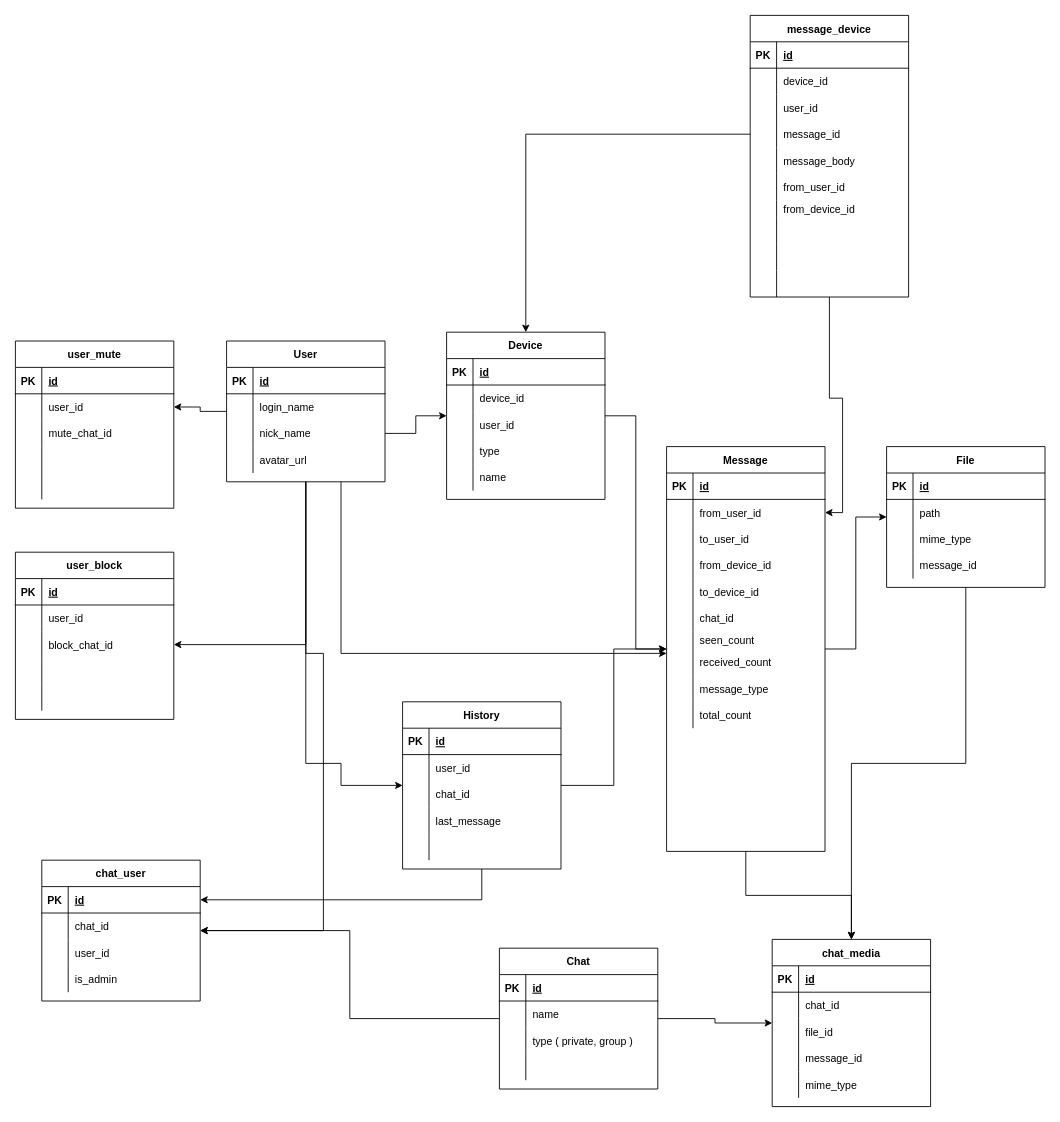
cloverstudio/Spika3 keeps this draw.io diagram as documents/database.drawio. Above is the earlier version. Source tidied: cells renumbered, new cells numbered last; positions are measured from the earlier drawing's top-left corner, leaving out a move shared by most shapes. Both pictures are drawn from the tidied source at 88%, with x=0, y=0 at pixel (15, 15).
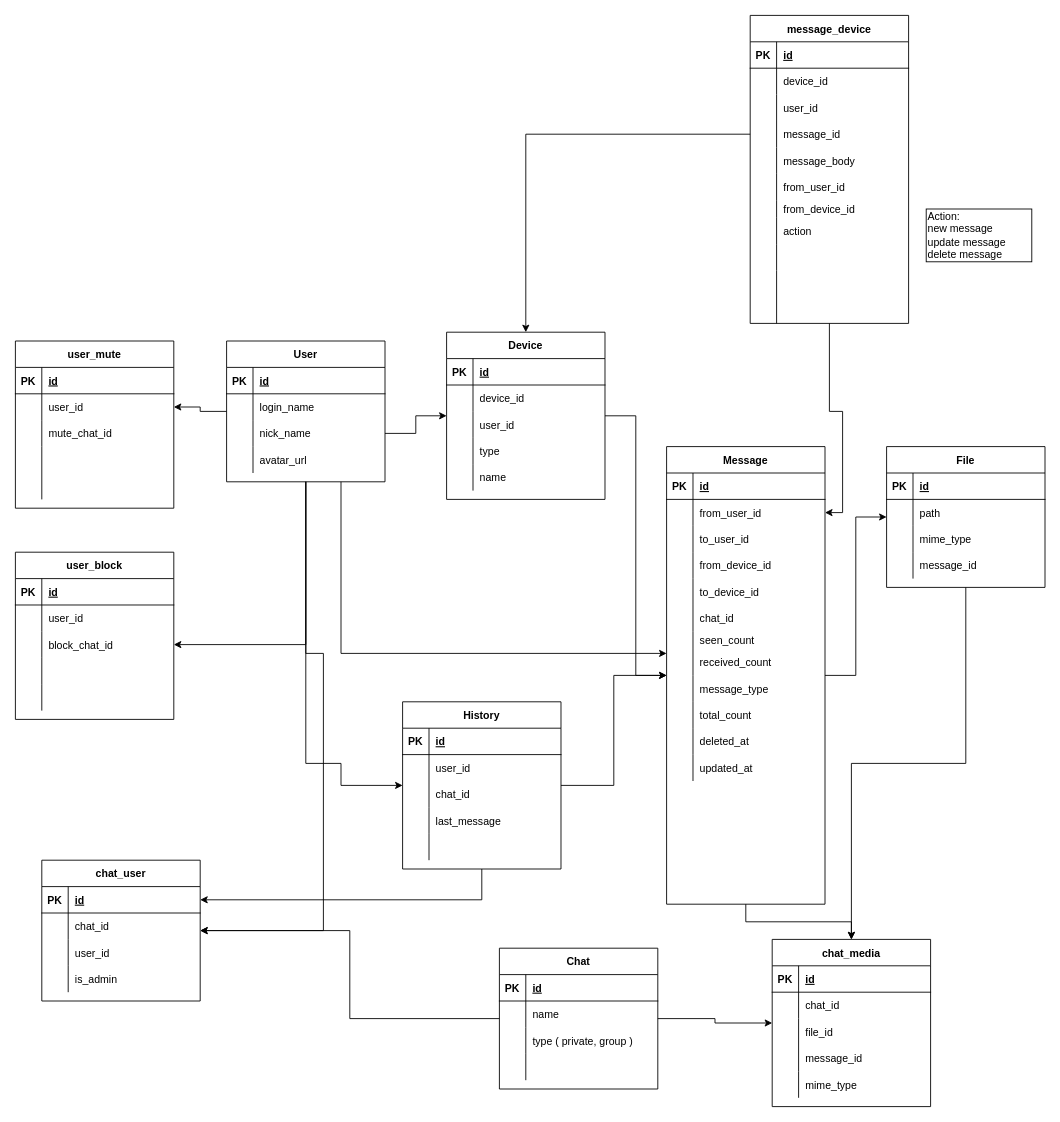
The same page after the edit.

Commit message:
add dleete / update message

The edit, as a diff of the source:
```diff
@@
     <mxCell id="39" value="Message" style="shape=table;startSize=30;childLayout=tableLayout;rowLines=0;fontStyle=1;align=center;" parent="1" vertex="1">
-      <mxGeometry x="740" y="490" width="180" height="460" as="geometry" />
+      <mxGeometry x="740" y="490" width="180" height="520" as="geometry" />
     </mxCell>
@@
+    <mxCell id="212" style="shape=partialRectangle;fillColor=none;top=0;left=0;bottom=0;right=0;" parent="39" vertex="1">
+      <mxGeometry y="290" width="180" height="30" as="geometry" />
+    </mxCell>
+    <mxCell id="213" style="shape=partialRectangle;fillColor=none;top=0;left=0;bottom=0;right=0;overflow=hidden;" parent="212" vertex="1">
+      <mxGeometry width="30" height="30" as="geometry" />
+    </mxCell>
+    <mxCell id="214" value="total_count" style="shape=partialRectangle;fillColor=none;top=0;left=0;bottom=0;right=0;align=left;spacingLeft=6;overflow=hidden;" parent="212" vertex="1">
+      <mxGeometry x="30" width="150" height="30" as="geometry" />
+    </mxCell>
+    <mxCell id="215" style="shape=partialRectangle;fillColor=none;top=0;left=0;bottom=0;right=0;" parent="39" vertex="1">
+      <mxGeometry y="320" width="180" height="30" as="geometry" />
+    </mxCell>
+    <mxCell id="216" style="shape=partialRectangle;fillColor=none;top=0;left=0;bottom=0;right=0;overflow=hidden;" parent="215" vertex="1">
+      <mxGeometry width="30" height="30" as="geometry" />
+    </mxCell>
+    <mxCell id="217" value="deleted_at" style="shape=partialRectangle;fillColor=none;top=0;left=0;bottom=0;right=0;align=left;spacingLeft=6;overflow=hidden;" parent="215" vertex="1">
+      <mxGeometry x="30" width="150" height="30" as="geometry" />
+    </mxCell>
     <mxCell id="67" style="shape=partialRectangle;fillColor=none;top=0;left=0;bottom=0;right=0;" parent="39" vertex="1">
-      <mxGeometry y="290" width="180" height="30" as="geometry" />
+      <mxGeometry y="350" width="180" height="30" as="geometry" />
     </mxCell>
@@
-    <mxCell id="69" value="total_count" style="shape=partialRectangle;fillColor=none;top=0;left=0;bottom=0;right=0;align=left;spacingLeft=6;overflow=hidden;" parent="67" vertex="1">
+    <mxCell id="69" value="updated_at" style="shape=partialRectangle;fillColor=none;top=0;left=0;bottom=0;right=0;align=left;spacingLeft=6;overflow=hidden;" parent="67" vertex="1">
       <mxGeometry x="30" width="150" height="30" as="geometry" />
     </mxCell>
@@
-    <mxCell id="180" value="message_device" style="shape=table;startSize=30;childLayout=tableLayout;rowLines=0;fontStyle=1;align=center;" parent="1" vertex="1">
-      <mxGeometry x="835" width="180" height="320" as="geometry" />
+    <mxCell id="180" value="message_device" style="shape=table;startSize=30;childLayout=tableLayout;rowLines=0;fontStyle=1;align=center;shadow=0;" parent="1" vertex="1">
+      <mxGeometry x="835" width="180" height="350" as="geometry" />
     </mxCell>
@@
+    <mxCell id="218" style="shape=partialRectangle;fillColor=none;top=0;left=0;bottom=0;right=0;" parent="180" vertex="1">
+      <mxGeometry y="230" width="180" height="30" as="geometry" />
+    </mxCell>
+    <mxCell id="219" style="shape=partialRectangle;fillColor=none;top=0;left=0;bottom=0;right=0;overflow=hidden;" parent="218" vertex="1">
+      <mxGeometry width="30" height="30" as="geometry" />
+    </mxCell>
+    <mxCell id="220" value="action" style="shape=partialRectangle;fillColor=none;top=0;left=0;bottom=0;right=0;align=left;spacingLeft=6;overflow=hidden;" parent="218" vertex="1">
+      <mxGeometry x="30" width="150" height="30" as="geometry" />
+    </mxCell>
     <mxCell id="202" style="shape=partialRectangle;fillColor=none;top=0;left=0;bottom=0;right=0;" parent="180" vertex="1">
-      <mxGeometry y="230" width="180" height="30" as="geometry" />
+      <mxGeometry y="260" width="180" height="30" as="geometry" />
     </mxCell>
@@
     <mxCell id="205" style="shape=partialRectangle;fillColor=none;top=0;left=0;bottom=0;right=0;" parent="180" vertex="1">
-      <mxGeometry y="260" width="180" height="30" as="geometry" />
+      <mxGeometry y="290" width="180" height="30" as="geometry" />
     </mxCell>
@@
     <mxCell id="208" style="shape=partialRectangle;fillColor=none;top=0;left=0;bottom=0;right=0;" parent="180" vertex="1">
-      <mxGeometry y="290" width="180" height="30" as="geometry" />
+      <mxGeometry y="320" width="180" height="30" as="geometry" />
     </mxCell>
@@
+    <mxCell id="221" value="Action:&amp;nbsp;&lt;br&gt;new message&lt;br&gt;update message&lt;br&gt;delete message" style="rounded=0;whiteSpace=wrap;html=1;shadow=0;align=left;" parent="1" vertex="1">
+      <mxGeometry x="1035" y="220" width="120" height="60" as="geometry" />
+    </mxCell>
```
